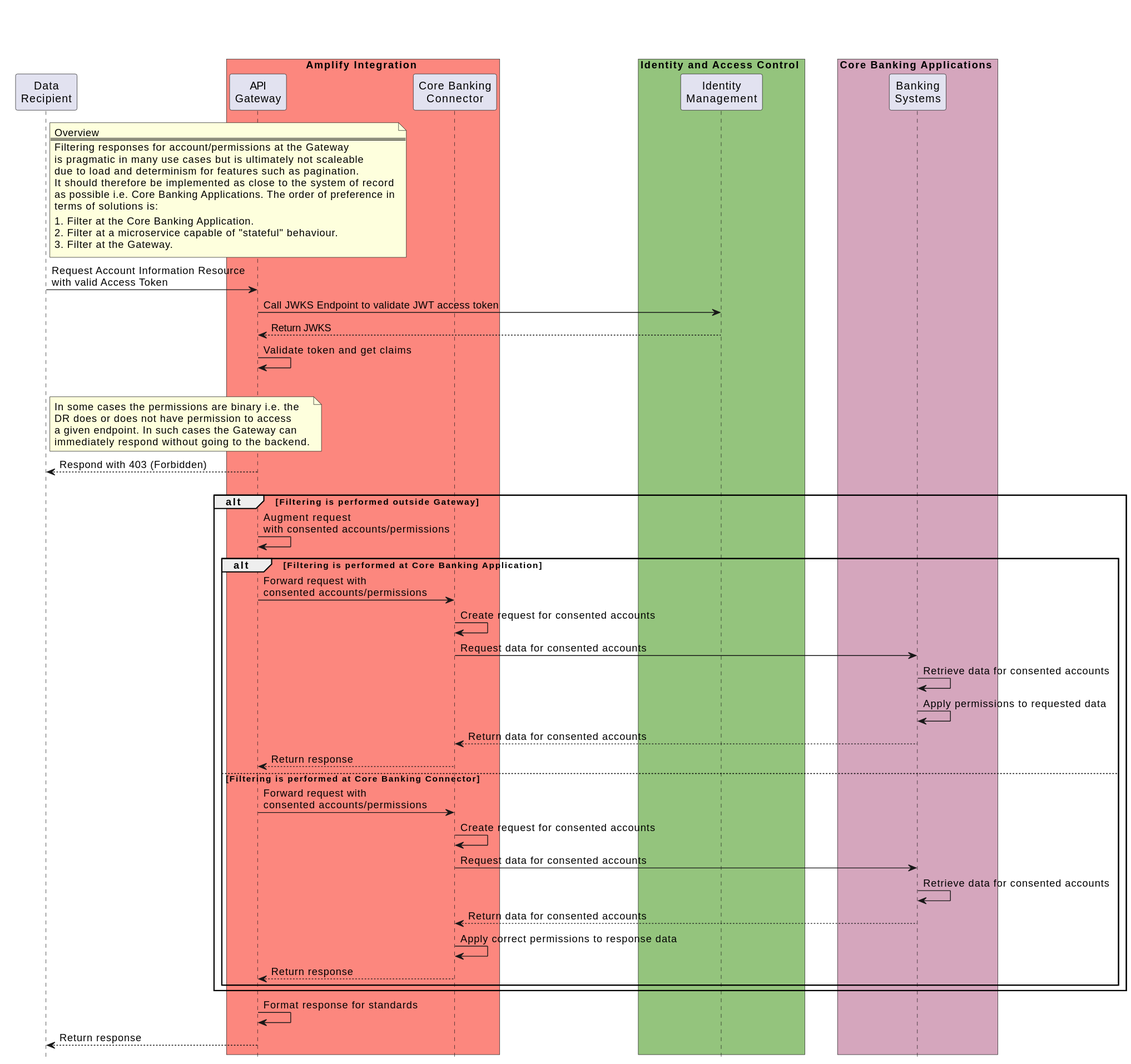
The PlantUML diagram static/Images/Applying_Consent_Sequence.svg in Axway/open-banking-docs, before a commit.
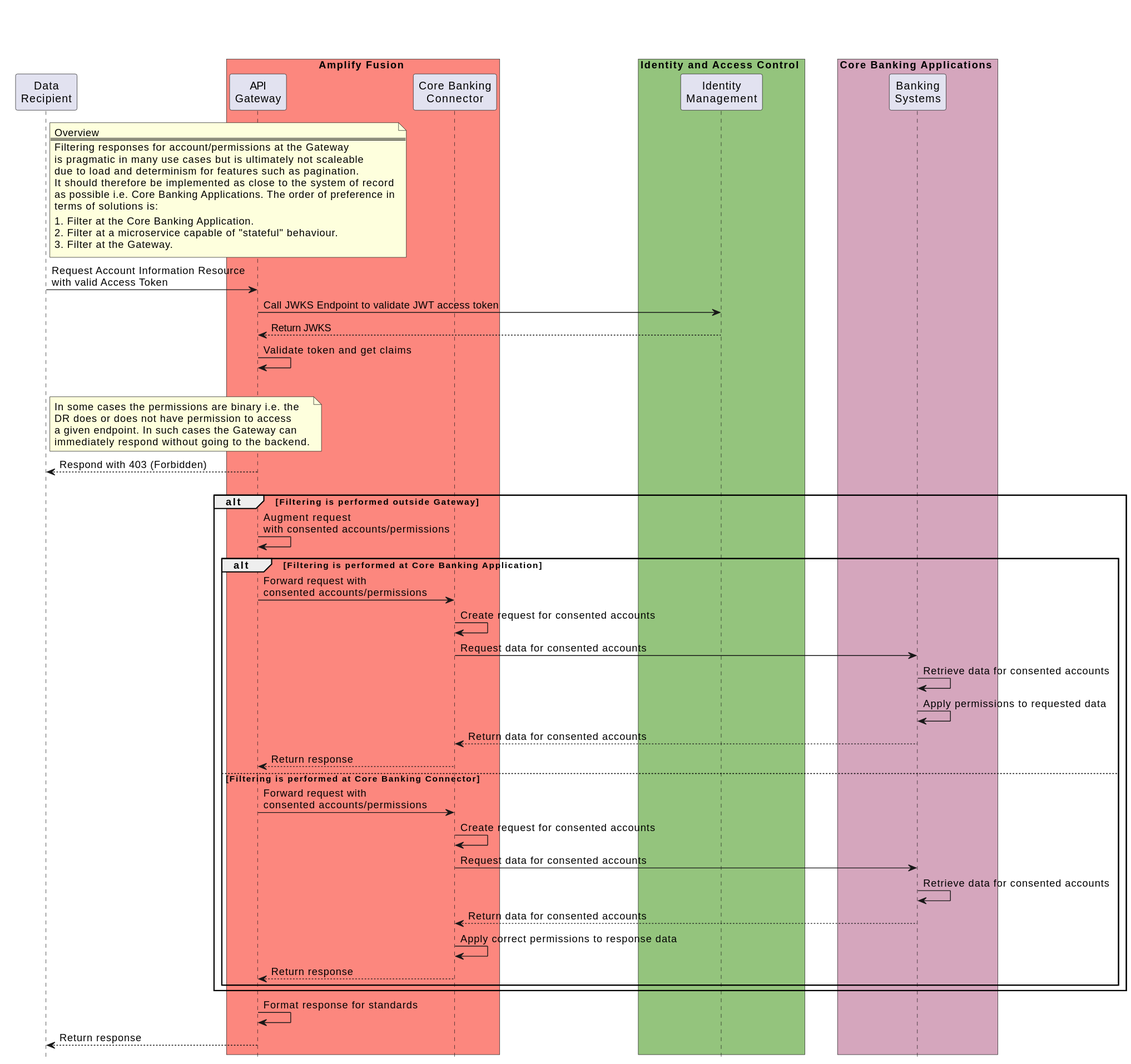
After the commit.

Diff of the diagram source:
```diff
@@ -3,7 +3,7 @@
 
 participant "Data\nRecipient" as DR
 
-box Amplify Integration #fc877e
+box Amplify Fusion #fc877e
 participant "API\nGateway" as API_GATEWAY
 participant "Core Banking\nConnector" as CBC
 end box
```
